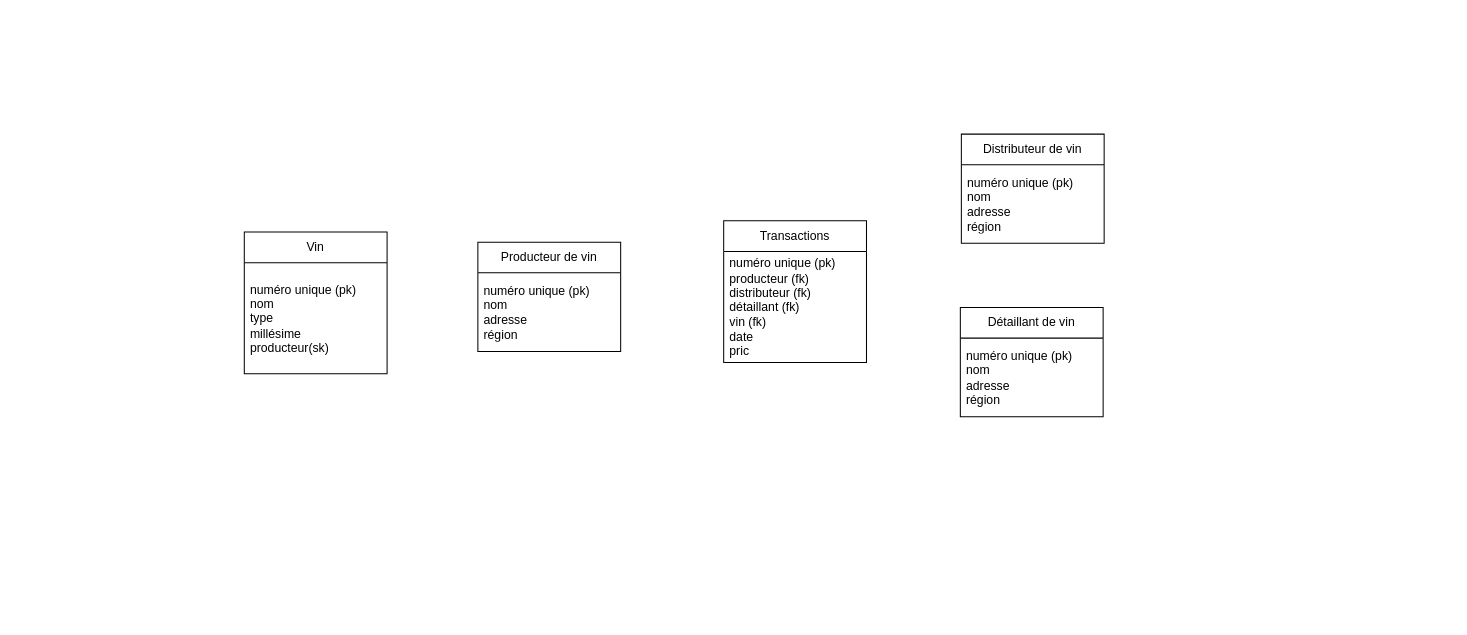
This is doc/Conception.drawio from hamoncode/gestionVinQC, a draw.io file, before an edit. Source tidied: cells renumbered, new cells numbered last; positions are measured from the earlier drawing's top-left corner, leaving out a move shared by most shapes. Both pictures are drawn from the tidied source at 102%, with x=0, y=0 at pixel (244, 134).
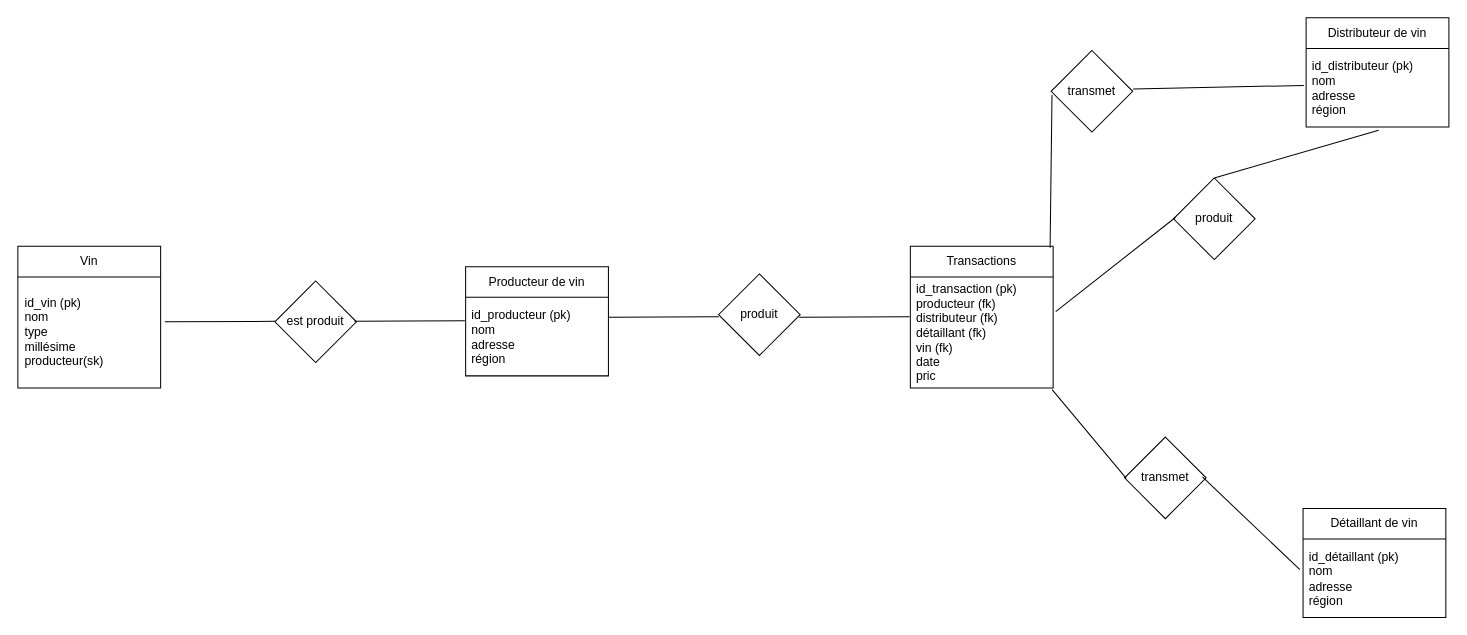
After the change.

Commit message (it also covers changes not shown here):
céer liens

Change to the diagram source:
```diff
@@
     <mxCell id="2" value="Producteur de vin" style="swimlane;fontStyle=0;horizontal=1;startSize=30;whiteSpace=wrap;html=1;" parent="1" vertex="1">
-      <mxGeometry x="229" y="106" width="140" height="107" as="geometry" />
+      <mxGeometry x="217" y="130" width="140" height="107" as="geometry" />
     </mxCell>
-    <mxCell id="3" value="numéro unique (pk)&lt;br&gt;nom&lt;br&gt;adresse&amp;nbsp;&lt;br&gt;région" style="text;strokeColor=none;fillColor=none;align=left;verticalAlign=middle;spacingLeft=4;spacingRight=4;overflow=hidden;whiteSpace=wrap;html=1;" parent="2" vertex="1">
+    <mxCell id="3" value="id_producteur (pk)&lt;br&gt;nom&lt;br&gt;adresse&amp;nbsp;&lt;br&gt;région" style="text;strokeColor=none;fillColor=none;align=left;verticalAlign=middle;spacingLeft=4;spacingRight=4;overflow=hidden;whiteSpace=wrap;html=1;" parent="2" vertex="1">
       <mxGeometry y="30" width="140" height="77" as="geometry" />
     </mxCell>
     <mxCell id="4" value="Distributeur de vin" style="swimlane;fontStyle=0;horizontal=1;startSize=30;whiteSpace=wrap;html=1;" parent="1" vertex="1">
-      <mxGeometry x="703" width="140" height="107" as="geometry" />
+      <mxGeometry x="1041" y="-114" width="140" height="107" as="geometry" />
     </mxCell>
-    <mxCell id="5" value="numéro unique (pk)&lt;br&gt;nom&lt;br&gt;adresse&amp;nbsp;&lt;br&gt;région" style="text;strokeColor=none;fillColor=none;align=left;verticalAlign=middle;spacingLeft=4;spacingRight=4;overflow=hidden;points=[[0,0.5],[1,0.5]];portConstraint=eastwest;whiteSpace=wrap;html=1;" parent="4" vertex="1">
+    <mxCell id="5" value="id_distributeur (pk)&lt;br&gt;nom&lt;br&gt;adresse&amp;nbsp;&lt;br&gt;région" style="text;strokeColor=none;fillColor=none;align=left;verticalAlign=middle;spacingLeft=4;spacingRight=4;overflow=hidden;points=[[0,0.5],[1,0.5]];portConstraint=eastwest;whiteSpace=wrap;html=1;" parent="4" vertex="1">
       <mxGeometry y="30" width="140" height="77" as="geometry" />
     </mxCell>
     <mxCell id="6" value="Détaillant de vin" style="swimlane;fontStyle=0;horizontal=1;startSize=30;whiteSpace=wrap;html=1;" parent="1" vertex="1">
-      <mxGeometry x="702" y="170" width="140" height="107" as="geometry" />
+      <mxGeometry x="1038" y="367" width="140" height="107" as="geometry" />
     </mxCell>
-    <mxCell id="7" value="numéro unique (pk)&lt;br&gt;nom&lt;br&gt;adresse&amp;nbsp;&lt;br&gt;région" style="text;strokeColor=none;fillColor=none;align=left;verticalAlign=middle;spacingLeft=4;spacingRight=4;overflow=hidden;points=[[0,0.5],[1,0.5]];portConstraint=eastwest;whiteSpace=wrap;html=1;" parent="6" vertex="1">
+    <mxCell id="7" value="id_détaillant (pk)&lt;br&gt;nom&lt;br&gt;adresse&amp;nbsp;&lt;br&gt;région" style="text;strokeColor=none;fillColor=none;align=left;verticalAlign=middle;spacingLeft=4;spacingRight=4;overflow=hidden;points=[[0,0.5],[1,0.5]];portConstraint=eastwest;whiteSpace=wrap;html=1;" parent="6" vertex="1">
       <mxGeometry y="30" width="140" height="77" as="geometry" />
     </mxCell>
     <mxCell id="8" value="Transactions" style="swimlane;fontStyle=0;horizontal=1;startSize=30;whiteSpace=wrap;html=1;" parent="1" vertex="1">
-      <mxGeometry x="470" y="85" width="140" height="139" as="geometry" />
+      <mxGeometry x="653" y="110" width="140" height="139" as="geometry" />
     </mxCell>
-    <mxCell id="9" value="numéro unique (pk)&lt;br&gt;producteur (fk)&lt;br&gt;distributeur (fk)&lt;br&gt;détaillant (fk)&lt;br&gt;vin (fk)&lt;br&gt;date&lt;br&gt;pric" style="text;strokeColor=none;fillColor=none;align=left;verticalAlign=middle;spacingLeft=4;spacingRight=4;overflow=hidden;points=[[0,0.5],[1,0.5]];portConstraint=eastwest;whiteSpace=wrap;html=1;" parent="8" vertex="1">
+    <mxCell id="9" value="id_transaction (pk)&lt;br&gt;producteur (fk)&lt;br&gt;distributeur (fk)&lt;br&gt;détaillant (fk)&lt;br&gt;vin (fk)&lt;br&gt;date&lt;br&gt;pric" style="text;strokeColor=none;fillColor=none;align=left;verticalAlign=middle;spacingLeft=4;spacingRight=4;overflow=hidden;points=[[0,0.5],[1,0.5]];portConstraint=eastwest;whiteSpace=wrap;html=1;" parent="8" vertex="1">
       <mxGeometry y="30" width="140" height="109" as="geometry" />
     </mxCell>
     <mxCell id="10" value="Vin" style="swimlane;fontStyle=0;horizontal=1;startSize=30;whiteSpace=wrap;html=1;" parent="1" vertex="1">
-      <mxGeometry y="96" width="140" height="139" as="geometry" />
+      <mxGeometry x="-222" y="110" width="140" height="139" as="geometry" />
     </mxCell>
+    <mxCell id="12" value="est produit" style="rhombus;whiteSpace=wrap;html=1;" parent="1" vertex="1">
+      <mxGeometry x="30" y="144" width="80" height="80" as="geometry" />
+    </mxCell>
+    <mxCell id="13" value="produit" style="rhombus;whiteSpace=wrap;html=1;" parent="1" vertex="1">
+      <mxGeometry x="465" y="137" width="80" height="80" as="geometry" />
+    </mxCell>
+    <mxCell id="14" value="transmet" style="rhombus;whiteSpace=wrap;html=1;" parent="1" vertex="1">
+      <mxGeometry x="791" y="-82" width="80" height="80" as="geometry" />
+    </mxCell>
+    <mxCell id="15" value="transmet" style="rhombus;whiteSpace=wrap;html=1;" parent="1" vertex="1">
+      <mxGeometry x="863" y="297" width="80" height="80" as="geometry" />
+    </mxCell>
-    <mxCell id="11" value="numéro unique (pk)&lt;br&gt;nom&amp;nbsp;&lt;br&gt;type&lt;br&gt;millésime&lt;br&gt;producteur(sk)" style="text;strokeColor=none;fillColor=none;align=left;verticalAlign=middle;spacingLeft=4;spacingRight=4;overflow=hidden;whiteSpace=wrap;html=1;" parent="10" vertex="1">
-      <mxGeometry y="30" width="140" height="109" as="geometry" />
+    <mxCell id="11" value="id_vin (pk)&lt;br&gt;nom&amp;nbsp;&lt;br&gt;type&lt;br&gt;millésime&lt;br&gt;producteur(sk)" style="text;strokeColor=none;fillColor=none;align=left;verticalAlign=middle;spacingLeft=4;spacingRight=4;overflow=hidden;whiteSpace=wrap;html=1;" parent="1" vertex="1">
+      <mxGeometry x="-221" y="139" width="140" height="109" as="geometry" />
     </mxCell>
+    <mxCell id="16" style="endArrow=none;html=1;entryX=0.003;entryY=0.494;entryDx=0;entryDy=0;entryPerimeter=0;" parent="1" edge="1" target="12">
+      <mxGeometry relative="1" as="geometry">
+        <mxPoint x="-78" y="184" as="sourcePoint" />
+      </mxGeometry>
+    </mxCell>
+    <mxCell id="17" style="endArrow=none;html=1;entryX=0.003;entryY=0.494;entryDx=0;entryDy=0;entryPerimeter=0;" parent="1" edge="1">
+      <mxGeometry relative="1" as="geometry">
+        <mxPoint x="108" y="183.5" as="sourcePoint" />
+        <mxPoint x="216.2" y="183" as="targetPoint" />
+      </mxGeometry>
+    </mxCell>
+    <mxCell id="18" style="endArrow=none;html=1;entryX=0.003;entryY=0.494;entryDx=0;entryDy=0;entryPerimeter=0;" parent="1" edge="1">
+      <mxGeometry relative="1" as="geometry">
+        <mxPoint x="357" y="179.5" as="sourcePoint" />
+        <mxPoint x="465.2" y="179" as="targetPoint" />
+      </mxGeometry>
+    </mxCell>
+    <mxCell id="19" style="endArrow=none;html=1;entryX=0.003;entryY=0.494;entryDx=0;entryDy=0;entryPerimeter=0;" parent="1" edge="1">
+      <mxGeometry relative="1" as="geometry">
+        <mxPoint x="544" y="179.5" as="sourcePoint" />
+        <mxPoint x="652.2" y="179" as="targetPoint" />
+      </mxGeometry>
+    </mxCell>
+    <mxCell id="20" style="endArrow=none;html=1;entryX=0.011;entryY=0.545;entryDx=0;entryDy=0;entryPerimeter=0;" parent="1" edge="1" target="14">
+      <mxGeometry relative="1" as="geometry">
+        <mxPoint x="790" y="111.5" as="sourcePoint" />
+      </mxGeometry>
+    </mxCell>
+    <mxCell id="21" style="endArrow=none;html=1;entryX=-0.016;entryY=0.471;entryDx=0;entryDy=0;entryPerimeter=0;exitX=1.006;exitY=0.472;exitDx=0;exitDy=0;exitPerimeter=0;" parent="1" edge="1" source="14" target="5">
+      <mxGeometry relative="1" as="geometry" />
+    </mxCell>
+    <mxCell id="22" style="endArrow=none;html=1;entryX=0.021;entryY=0.506;entryDx=0;entryDy=0;entryPerimeter=0;" parent="1" edge="1" target="15">
+      <mxGeometry relative="1" as="geometry">
+        <mxPoint x="792" y="250.5" as="sourcePoint" />
+      </mxGeometry>
+    </mxCell>
+    <mxCell id="23" style="endArrow=none;html=1;entryX=-0.022;entryY=0.39;entryDx=0;entryDy=0;entryPerimeter=0;exitX=0.955;exitY=0.489;exitDx=0;exitDy=0;exitPerimeter=0;" parent="1" edge="1" source="15" target="7">
+      <mxGeometry relative="1" as="geometry" />
+    </mxCell>
+    <mxCell id="24" value="produit" style="rhombus;whiteSpace=wrap;html=1;" parent="1" vertex="1">
+      <mxGeometry x="911" y="43" width="80" height="80" as="geometry" />
+    </mxCell>
+    <mxCell id="25" style="endArrow=none;html=1;entryX=0.508;entryY=1.042;entryDx=0;entryDy=0;entryPerimeter=0;exitX=0.5;exitY=0;exitDx=0;exitDy=0;exitPerimeter=0;" parent="1" edge="1" source="24" target="5">
+      <mxGeometry relative="1" as="geometry" />
+    </mxCell>
+    <mxCell id="26" style="endArrow=none;html=1;entryX=1.018;entryY=0.312;entryDx=0;entryDy=0;entryPerimeter=0;exitX=0.023;exitY=0.484;exitDx=0;exitDy=0;exitPerimeter=0;" parent="1" edge="1" source="24" target="9">
+      <mxGeometry relative="1" as="geometry" />
+    </mxCell>
```
